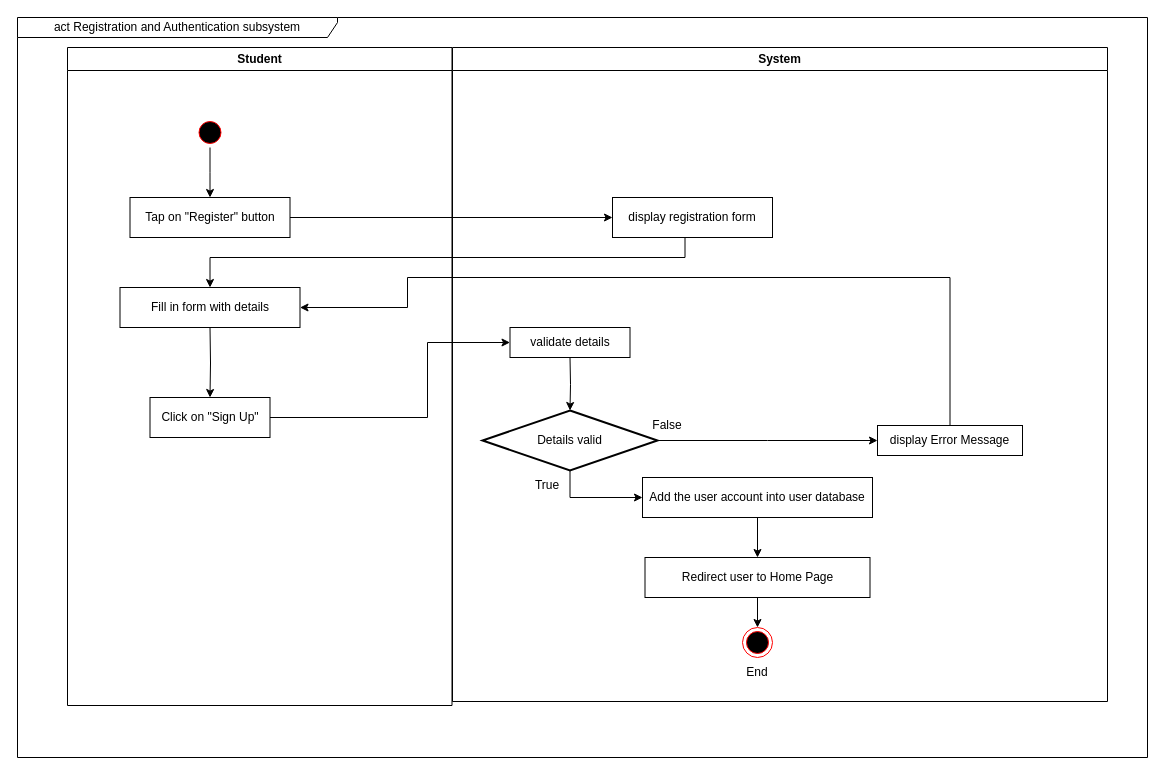
Before: project/drawio/Alpha/ActivityDiagramStudentRegistration.drawio in drshahizan/software-engineering, a draw.io diagram. Source tidied: cells renumbered, new cells numbered last; positions are measured from the earlier drawing's top-left corner, leaving out a move shared by most shapes. Both pictures are drawn from the tidied source at 100%, with x=0, y=0 at pixel (17, 17).
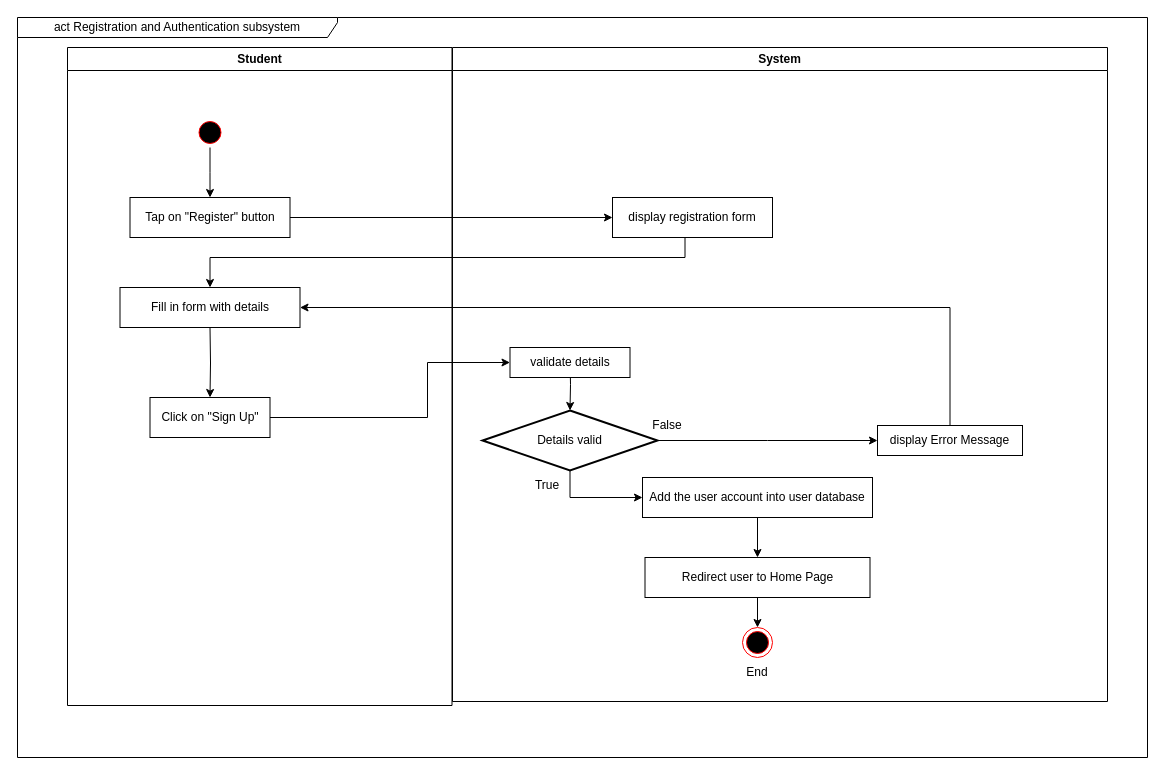
Above is the later version.

The change refers to these unchanged cells:
```xml
<mxCell id="7" value="Fill in form with details" style="rounded=0;whiteSpace=wrap;html=1;" parent="2" vertex="1">
  <mxGeometry x="52.5" y="240" width="180" height="40" as="geometry" />
</mxCell>
<mxCell id="8" value="Click on &quot;Sign Up&quot;" style="rounded=0;whiteSpace=wrap;html=1;" parent="2" vertex="1">
  <mxGeometry x="82.5" y="350" width="120" height="40" as="geometry" />
</mxCell>
<mxCell id="9" value="System" style="swimlane;whiteSpace=wrap;" parent="1" vertex="1">
  <mxGeometry x="435" y="30" width="655" height="654" as="geometry" />
</mxCell>
<mxCell id="21" value="display Error Message" style="rounded=0;whiteSpace=wrap;html=1;" parent="9" vertex="1">
  <mxGeometry x="425" y="378" width="145" height="30" as="geometry" />
</mxCell>
```

Change to the diagram source:
```diff
@@
     <mxCell id="16" value="validate details" style="rounded=0;whiteSpace=wrap;html=1;" parent="9" vertex="1">
-      <mxGeometry x="57.5" y="280" width="120" height="30" as="geometry" />
+      <mxGeometry x="57.5" y="300" width="120" height="30" as="geometry" />
     </mxCell>
@@
-    <mxCell id="26" style="edgeStyle=orthogonalEdgeStyle;rounded=0;jettySize=auto;html=1;exitX=1;exitY=0.5;exitDx=0;exitDy=0;entryX=0;entryY=0.5;entryDx=0;entryDy=0;" parent="1" edge="1" source="8" target="16">
+    <mxCell id="26" style="edgeStyle=orthogonalEdgeStyle;rounded=0;jettySize=auto;html=1;exitX=1;exitY=0.5;exitDx=0;exitDy=0;" parent="1" edge="1" source="8" target="16">
       <mxGeometry relative="1" as="geometry">
         <Array as="points">
           <mxPoint x="410" y="400" />
-          <mxPoint x="410" y="325" />
+          <mxPoint x="410" y="345" />
         </Array>
       </mxGeometry>
     </mxCell>
@@
     <mxCell id="28" style="edgeStyle=orthogonalEdgeStyle;rounded=0;jettySize=auto;html=1;entryX=1;entryY=0.5;entryDx=0;entryDy=0;" parent="1" edge="1" source="21" target="7">
       <mxGeometry relative="1" as="geometry">
         <Array as="points">
-          <mxPoint x="932" y="260" />
-          <mxPoint x="390" y="260" />
-          <mxPoint x="390" y="290" />
+          <mxPoint x="933" y="290" />
         </Array>
       </mxGeometry>
     </mxCell>
```
